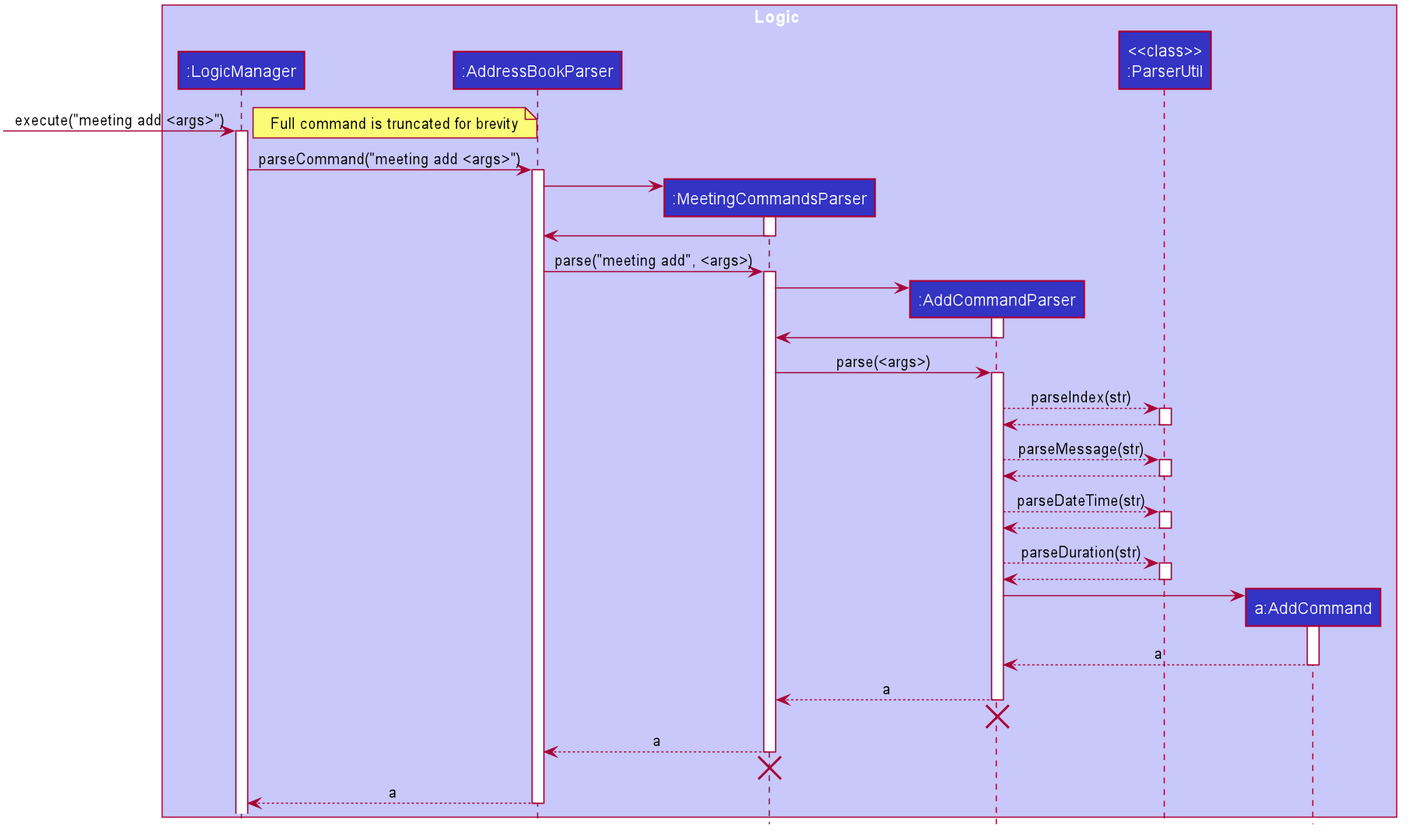
The PlantUML diagram docs/images/MeetingAddSequenceDiagram.png in sebastiantoh/tp, before a commit.
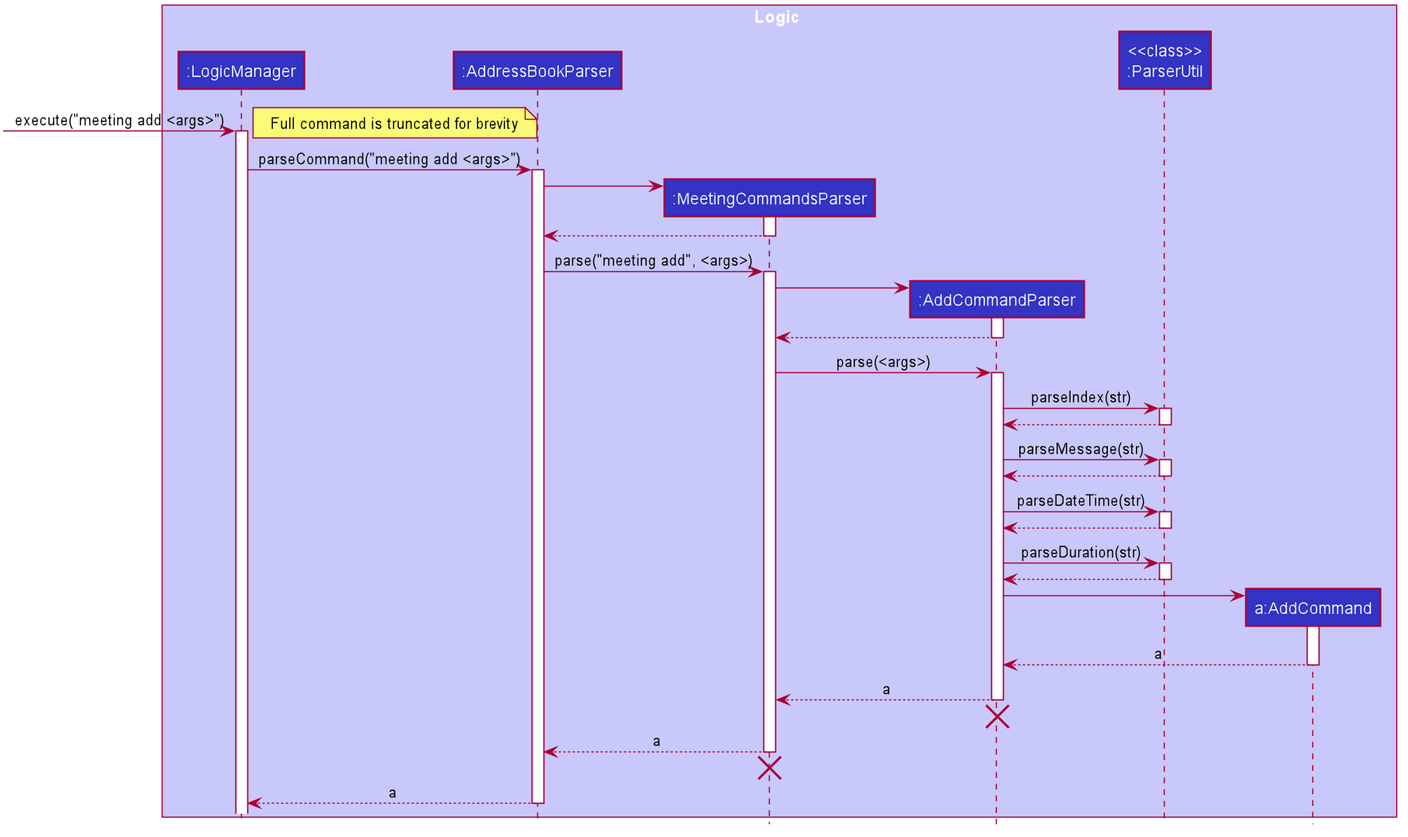
After the change.

Commit message:
Fix return arrows in sequence diagrams

Diff of the diagram source:
```diff
@@ -70,7 +70,7 @@
 AddressBookParser -> MeetingCommandsParser
 activate MeetingCommandsParser
 
-MeetingCommandsParser -> AddressBookParser
+MeetingCommandsParser --> AddressBookParser
 deactivate MeetingCommandsParser
 
 AddressBookParser -> MeetingCommandsParser : parse("meeting add", <args>)
@@ -80,31 +80,31 @@
 MeetingCommandsParser -> AddCommandParser
 activate AddCommandParser
 
-AddCommandParser -> MeetingCommandsParser
+AddCommandParser --> MeetingCommandsParser
 deactivate AddCommandParser
 
 MeetingCommandsParser -> AddCommandParser : parse(<args>)
 activate AddCommandParser
 
-AddCommandParser --> ParserUtil : parseIndex(str)
+AddCommandParser -> ParserUtil : parseIndex(str)
 activate ParserUtil
 
 ParserUtil --> AddCommandParser
 deactivate ParserUtil
 
-AddCommandParser --> ParserUtil : parseMessage(str)
+AddCommandParser -> ParserUtil : parseMessage(str)
 activate ParserUtil
 
 ParserUtil --> AddCommandParser
 deactivate ParserUtil
 
-AddCommandParser --> ParserUtil : parseDateTime(str)
+AddCommandParser -> ParserUtil : parseDateTime(str)
 activate ParserUtil
 
 ParserUtil --> AddCommandParser
 deactivate ParserUtil
 
-AddCommandParser --> ParserUtil : parseDuration(str)
+AddCommandParser -> ParserUtil : parseDuration(str)
 activate ParserUtil
 
 ParserUtil --> AddCommandParser
```
